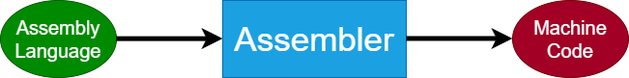
Earlier version of the draw.io export Concepts/Flowcharts/Images/1. Introduction to C-Programming/1. Language Translators/Assembler.png (ClasherV/C). Source tidied: cells renumbered, new cells last; positions are measured from the earlier drawing's top-left corner, leaving out a move shared by most shapes. The source it was exported from:
```xml
<mxGraphModel>
  <root>
    <mxCell id="0" />
    <mxCell id="1" parent="0" />
    <mxCell id="2" value="&lt;font style=&quot;font-size: 20px;&quot;&gt;Assembly Language&lt;/font&gt;" style="ellipse;whiteSpace=wrap;html=1;fillColor=#008a00;fontColor=#ffffff;strokeColor=#005700;" parent="1" vertex="1">
      <mxGeometry width="120" height="80" as="geometry" />
    </mxCell>
    <mxCell id="3" style="endArrow=classic;html=1;strokeWidth=5;" parent="1" edge="1">
      <mxGeometry relative="1" as="geometry">
        <mxPoint x="120" y="39.6" as="sourcePoint" />
        <mxPoint x="230" y="39.6" as="targetPoint" />
      </mxGeometry>
    </mxCell>
    <mxCell id="4" value="&lt;font style=&quot;font-size: 35px;&quot;&gt;Assembler&lt;/font&gt;" style="rounded=0;whiteSpace=wrap;html=1;fillColor=#1ba1e2;fontColor=#ffffff;strokeColor=#006EAF;" parent="1" vertex="1">
      <mxGeometry x="230" width="190" height="80" as="geometry" />
    </mxCell>
    <mxCell id="5" style="endArrow=classic;html=1;strokeWidth=5;" parent="1" edge="1">
      <mxGeometry relative="1" as="geometry">
        <mxPoint x="420" y="39.5" as="sourcePoint" />
        <mxPoint x="530" y="39.5" as="targetPoint" />
      </mxGeometry>
    </mxCell>
    <mxCell id="6" value="&lt;font style=&quot;font-size: 20px;&quot;&gt;Machine Code&lt;/font&gt;" style="ellipse;whiteSpace=wrap;html=1;fillColor=#a20025;fontColor=#ffffff;strokeColor=#6F0000;" parent="1" vertex="1">
      <mxGeometry x="530" width="120" height="80" as="geometry" />
    </mxCell>
  </root>
</mxGraphModel>
```
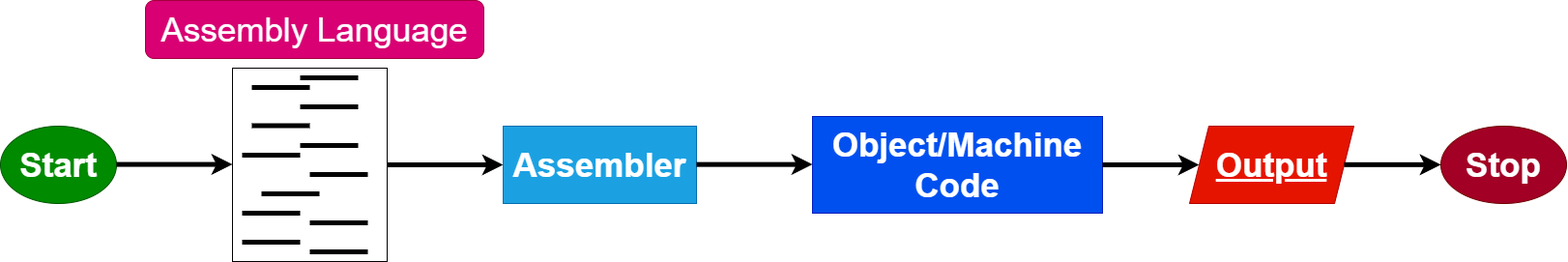
After the change.

The edit, as a diff of the source:
```diff
@@ -2,26 +2,126 @@
   <root>
     <mxCell id="0" />
     <mxCell id="1" parent="0" />
-    <mxCell id="2" value="&lt;font style=&quot;font-size: 20px;&quot;&gt;Assembly Language&lt;/font&gt;" style="ellipse;whiteSpace=wrap;html=1;fillColor=#008a00;fontColor=#ffffff;strokeColor=#005700;" parent="1" vertex="1">
-      <mxGeometry width="120" height="80" as="geometry" />
-    </mxCell>
-    <mxCell id="3" style="endArrow=classic;html=1;strokeWidth=5;" parent="1" edge="1">
-      <mxGeometry relative="1" as="geometry">
-        <mxPoint x="120" y="39.6" as="sourcePoint" />
-        <mxPoint x="230" y="39.6" as="targetPoint" />
-      </mxGeometry>
+    <mxCell id="3" style="rounded=0;whiteSpace=wrap;html=1;fillColor=#FFFFFF;" parent="1" vertex="1">
+      <mxGeometry x="150" y="-80" width="160" height="200" as="geometry" />
     </mxCell>
-    <mxCell id="4" value="&lt;font style=&quot;font-size: 35px;&quot;&gt;Assembler&lt;/font&gt;" style="rounded=0;whiteSpace=wrap;html=1;fillColor=#1ba1e2;fontColor=#ffffff;strokeColor=#006EAF;" parent="1" vertex="1">
-      <mxGeometry x="230" width="190" height="80" as="geometry" />
+    <mxCell id="4" style="endArrow=classic;html=1;strokeWidth=5;exitX=1;exitY=0.5;exitDx=0;exitDy=0;" parent="1" edge="1" source="3">
+      <mxGeometry relative="1" as="geometry">
+        <mxPoint x="430" y="20" as="targetPoint" />
+      </mxGeometry>
     </mxCell>
-    <mxCell id="5" style="endArrow=classic;html=1;strokeWidth=5;" parent="1" edge="1">
-      <mxGeometry relative="1" as="geometry">
-        <mxPoint x="420" y="39.5" as="sourcePoint" />
-        <mxPoint x="530" y="39.5" as="targetPoint" />
-      </mxGeometry>
-    </mxCell>
-    <mxCell id="6" value="&lt;font style=&quot;font-size: 20px;&quot;&gt;Machine Code&lt;/font&gt;" style="ellipse;whiteSpace=wrap;html=1;fillColor=#a20025;fontColor=#ffffff;strokeColor=#6F0000;" parent="1" vertex="1">
-      <mxGeometry x="530" width="120" height="80" as="geometry" />
+    <mxCell id="6" value="&lt;font style=&quot;font-size: 35px;&quot;&gt;&lt;b&gt;Assembler&lt;/b&gt;&lt;/font&gt;" style="rounded=0;whiteSpace=wrap;html=1;fillColor=#1ba1e2;fontColor=#ffffff;strokeColor=#006EAF;" parent="1" vertex="1">
+      <mxGeometry x="430" y="-20" width="200" height="80" as="geometry" />
     </mxCell>
+    <mxCell id="7" style="endArrow=classic;html=1;strokeWidth=5;exitX=1;exitY=0.5;exitDx=0;exitDy=0;" parent="1" edge="1">
+      <mxGeometry relative="1" as="geometry">
+        <mxPoint x="630" y="19.6" as="sourcePoint" />
+        <mxPoint x="750" y="19.6" as="targetPoint" />
+      </mxGeometry>
+    </mxCell>
+    <mxCell id="8" value="&lt;font style=&quot;font-size: 35px;&quot;&gt;&lt;b&gt;Object/Machine Code&lt;/b&gt;&lt;/font&gt;" style="rounded=0;whiteSpace=wrap;html=1;fillColor=#0050ef;fontColor=#ffffff;strokeColor=#001DBC;" parent="1" vertex="1">
+      <mxGeometry x="750" y="-30" width="300" height="100" as="geometry" />
+    </mxCell>
+    <mxCell id="9" style="endArrow=classic;html=1;strokeWidth=5;" parent="1" edge="1" source="8">
+      <mxGeometry relative="1" as="geometry">
+        <mxPoint x="1150" y="20" as="targetPoint" />
+      </mxGeometry>
+    </mxCell>
+    <mxCell id="10" value="&lt;span style=&quot;font-size: 35px;&quot;&gt;&lt;b&gt;Stop&lt;/b&gt;&lt;/span&gt;" style="ellipse;whiteSpace=wrap;html=1;fillColor=#a20025;fontColor=#ffffff;strokeColor=#6F0000;" parent="1" vertex="1">
+      <mxGeometry x="1400" y="-20" width="130" height="80" as="geometry" />
+    </mxCell>
+    <mxCell id="11" value="&lt;font style=&quot;font-size: 35px;&quot;&gt;&lt;b&gt;Start&lt;/b&gt;&lt;/font&gt;" style="ellipse;whiteSpace=wrap;html=1;fillColor=#008a00;fontColor=#ffffff;strokeColor=#005700;" parent="1" vertex="1">
+      <mxGeometry x="-90" y="-20" width="120" height="80" as="geometry" />
+    </mxCell>
+    <mxCell id="12" style="endArrow=classic;html=1;strokeWidth=5;exitX=1;exitY=0.5;exitDx=0;exitDy=0;" parent="1" edge="1">
+      <mxGeometry relative="1" as="geometry">
+        <mxPoint x="30" y="19.6" as="sourcePoint" />
+        <mxPoint x="150" y="19.6" as="targetPoint" />
+      </mxGeometry>
+    </mxCell>
+    <mxCell id="13" style="endArrow=none;html=1;strokeWidth=5;fontSize=35;strokeColor=#000000;" parent="1" edge="1">
+      <mxGeometry relative="1" as="geometry">
+        <mxPoint x="170" y="-60" as="sourcePoint" />
+        <mxPoint x="230" y="-60" as="targetPoint" />
+      </mxGeometry>
+    </mxCell>
+    <mxCell id="14" style="endArrow=none;html=1;strokeWidth=5;fontSize=35;strokeColor=#000000;" parent="1" edge="1">
+      <mxGeometry relative="1" as="geometry">
+        <mxPoint x="220" y="-40" as="sourcePoint" />
+        <mxPoint x="280" y="-40" as="targetPoint" />
+      </mxGeometry>
+    </mxCell>
+    <mxCell id="15" style="endArrow=none;html=1;strokeWidth=5;fontSize=35;strokeColor=#000000;" parent="1" edge="1">
+      <mxGeometry relative="1" as="geometry">
+        <mxPoint x="170" y="-20.5" as="sourcePoint" />
+        <mxPoint x="230" y="-20.5" as="targetPoint" />
+      </mxGeometry>
+    </mxCell>
+    <mxCell id="16" style="endArrow=none;html=1;strokeWidth=5;fontSize=35;strokeColor=#000000;" parent="1" edge="1">
+      <mxGeometry relative="1" as="geometry">
+        <mxPoint x="220" as="sourcePoint" />
+        <mxPoint x="280" as="targetPoint" />
+      </mxGeometry>
+    </mxCell>
+    <mxCell id="17" style="endArrow=none;html=1;strokeWidth=5;fontSize=35;strokeColor=#000000;" parent="1" edge="1">
+      <mxGeometry relative="1" as="geometry">
+        <mxPoint x="160" y="10" as="sourcePoint" />
+        <mxPoint x="220" y="10" as="targetPoint" />
+      </mxGeometry>
+    </mxCell>
+    <mxCell id="18" style="endArrow=none;html=1;strokeWidth=5;fontSize=35;strokeColor=#000000;" parent="1" edge="1">
+      <mxGeometry relative="1" as="geometry">
+        <mxPoint x="230" y="30" as="sourcePoint" />
+        <mxPoint x="290" y="30" as="targetPoint" />
+      </mxGeometry>
+    </mxCell>
+    <mxCell id="19" style="endArrow=none;html=1;strokeWidth=5;fontSize=35;strokeColor=#000000;" parent="1" edge="1">
+      <mxGeometry relative="1" as="geometry">
+        <mxPoint x="220" y="-70" as="sourcePoint" />
+        <mxPoint x="280" y="-70" as="targetPoint" />
+      </mxGeometry>
+    </mxCell>
+    <mxCell id="20" style="endArrow=none;html=1;strokeWidth=5;fontSize=35;strokeColor=#000000;" parent="1" edge="1">
+      <mxGeometry relative="1" as="geometry">
+        <mxPoint x="180" y="50" as="sourcePoint" />
+        <mxPoint x="240" y="50" as="targetPoint" />
+      </mxGeometry>
+    </mxCell>
+    <mxCell id="21" style="endArrow=none;html=1;strokeWidth=5;fontSize=35;strokeColor=#000000;" parent="1" edge="1">
+      <mxGeometry relative="1" as="geometry">
+        <mxPoint x="230" y="80" as="sourcePoint" />
+        <mxPoint x="290" y="80" as="targetPoint" />
+      </mxGeometry>
+    </mxCell>
+    <mxCell id="22" style="endArrow=none;html=1;strokeWidth=5;fontSize=35;strokeColor=#000000;" parent="1" edge="1">
+      <mxGeometry relative="1" as="geometry">
+        <mxPoint x="160" y="100" as="sourcePoint" />
+        <mxPoint x="220" y="100" as="targetPoint" />
+      </mxGeometry>
+    </mxCell>
+    <mxCell id="23" style="endArrow=none;html=1;strokeWidth=5;fontSize=35;strokeColor=#000000;" parent="1" edge="1">
+      <mxGeometry relative="1" as="geometry">
+        <mxPoint x="230" y="110" as="sourcePoint" />
+        <mxPoint x="290" y="110" as="targetPoint" />
+      </mxGeometry>
+    </mxCell>
+    <mxCell id="24" style="endArrow=none;html=1;strokeWidth=5;fontSize=35;strokeColor=#000000;" parent="1" edge="1">
+      <mxGeometry relative="1" as="geometry">
+        <mxPoint x="160" y="70" as="sourcePoint" />
+        <mxPoint x="220" y="70" as="targetPoint" />
+      </mxGeometry>
+    </mxCell>
+    <mxCell id="2" value="Assembly Language" style="rounded=1;whiteSpace=wrap;html=1;fontSize=35;fillColor=#d80073;fontColor=#ffffff;strokeColor=#A50040;" parent="1" vertex="1">
+      <mxGeometry x="60" y="-150" width="350" height="60" as="geometry" />
+    </mxCell>
+    <mxCell id="25" value="&lt;font style=&quot;font-size: 35px;&quot;&gt;&lt;b&gt;&lt;u&gt;Output&lt;/u&gt;&lt;/b&gt;&lt;/font&gt;" style="shape=parallelogram;perimeter=parallelogramPerimeter;whiteSpace=wrap;html=1;fixedSize=1;fillColor=#e51400;fontColor=#ffffff;strokeColor=#B20000;" parent="1" vertex="1">
+      <mxGeometry x="1140" y="-20" width="170" height="80" as="geometry" />
+    </mxCell>
+    <mxCell id="26" style="endArrow=classic;html=1;strokeWidth=5;" parent="1" edge="1">
+      <mxGeometry relative="1" as="geometry">
+        <mxPoint x="1300" y="19.8" as="sourcePoint" />
+        <mxPoint x="1400" y="19.8" as="targetPoint" />
+      </mxGeometry>
+    </mxCell>
   </root>
 </mxGraphModel>
```
